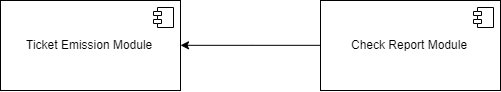
Before: DD/images/Integration/TicektEmissionIntegrationChart2.png, a diagram exported from draw.io (marcuz1996/Software-Engineering-Project). Source tidied: cells renumbered, new cells last; positions are measured from the earlier drawing's top-left corner, leaving out a move shared by most shapes. The source it was exported from:
```xml
<mxGraphModel>
  <root>
    <mxCell id="0" />
    <mxCell id="1" parent="0" />
    <mxCell id="2" value="Ticket Emission Module" style="html=1;" parent="1" vertex="1">
      <mxGeometry width="180" height="90" as="geometry" />
    </mxCell>
    <mxCell id="3" style="shape=component;jettyWidth=8;jettyHeight=4;" parent="2" vertex="1">
      <mxGeometry x="1" width="20" height="20" relative="1" as="geometry">
        <mxPoint x="-27" y="7" as="offset" />
      </mxGeometry>
    </mxCell>
    <mxCell id="4" style="edgeStyle=orthogonalEdgeStyle;rounded=0;jettySize=auto;html=1;entryX=1;entryY=0.5;entryDx=0;entryDy=0;" parent="1" edge="1" source="5" target="2">
      <mxGeometry relative="1" as="geometry" />
    </mxCell>
    <mxCell id="5" value="Check Report Module" style="html=1;" parent="1" vertex="1">
      <mxGeometry x="320" width="180" height="90" as="geometry" />
    </mxCell>
    <mxCell id="6" style="shape=component;jettyWidth=8;jettyHeight=4;" parent="5" vertex="1">
      <mxGeometry x="1" width="20" height="20" relative="1" as="geometry">
        <mxPoint x="-27" y="7" as="offset" />
      </mxGeometry>
    </mxCell>
  </root>
</mxGraphModel>
```
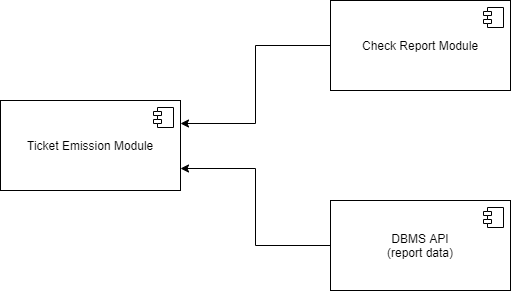
The same file after the commit.

Change to the diagram source:
```diff
@@ -10,16 +10,27 @@
         <mxPoint x="-27" y="7" as="offset" />
       </mxGeometry>
     </mxCell>
-    <mxCell id="4" style="edgeStyle=orthogonalEdgeStyle;rounded=0;jettySize=auto;html=1;entryX=1;entryY=0.5;entryDx=0;entryDy=0;" parent="1" edge="1" source="5" target="2">
+    <mxCell id="4" style="edgeStyle=orthogonalEdgeStyle;rounded=0;jettySize=auto;html=1;entryX=1;entryY=0.25;entryDx=0;entryDy=0;" parent="1" edge="1" source="5" target="2">
       <mxGeometry relative="1" as="geometry" />
     </mxCell>
     <mxCell id="5" value="Check Report Module" style="html=1;" parent="1" vertex="1">
-      <mxGeometry x="320" width="180" height="90" as="geometry" />
+      <mxGeometry x="330" y="-100" width="180" height="90" as="geometry" />
     </mxCell>
     <mxCell id="6" style="shape=component;jettyWidth=8;jettyHeight=4;" parent="5" vertex="1">
       <mxGeometry x="1" width="20" height="20" relative="1" as="geometry">
         <mxPoint x="-27" y="7" as="offset" />
       </mxGeometry>
     </mxCell>
+    <mxCell id="7" style="edgeStyle=orthogonalEdgeStyle;rounded=0;jettySize=auto;html=1;exitX=0;exitY=0.5;exitDx=0;exitDy=0;entryX=1;entryY=0.75;entryDx=0;entryDy=0;" parent="1" edge="1" source="8" target="2">
+      <mxGeometry relative="1" as="geometry" />
+    </mxCell>
+    <mxCell id="8" value="DBMS API&lt;br&gt;(report data)" style="html=1;" parent="1" vertex="1">
+      <mxGeometry x="330" y="100" width="180" height="90" as="geometry" />
+    </mxCell>
+    <mxCell id="9" style="shape=component;jettyWidth=8;jettyHeight=4;" parent="8" vertex="1">
+      <mxGeometry x="1" width="20" height="20" relative="1" as="geometry">
+        <mxPoint x="-27" y="7" as="offset" />
+      </mxGeometry>
+    </mxCell>
   </root>
 </mxGraphModel>
```
